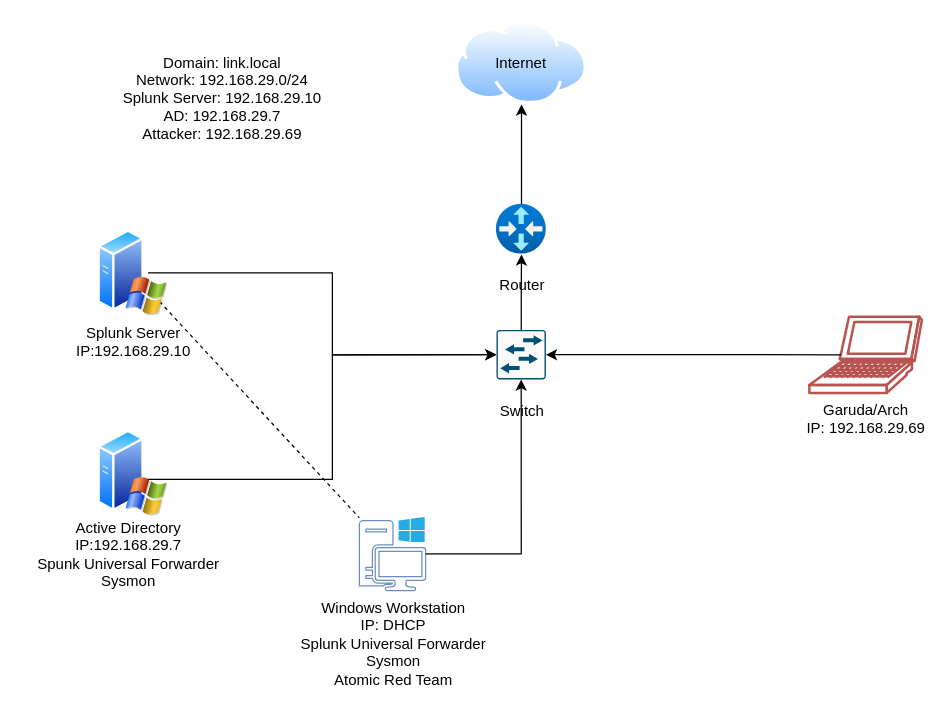
The draw.io diagram AD.drawio in uhtred-X/Visuals, before the edit. Source tidied: cells renumbered, new cells numbered last; positions are measured from the earlier drawing's top-left corner, leaving out a move shared by most shapes. Both pictures are drawn from the tidied source at 125%, with x=0, y=0 at pixel (21, 21).
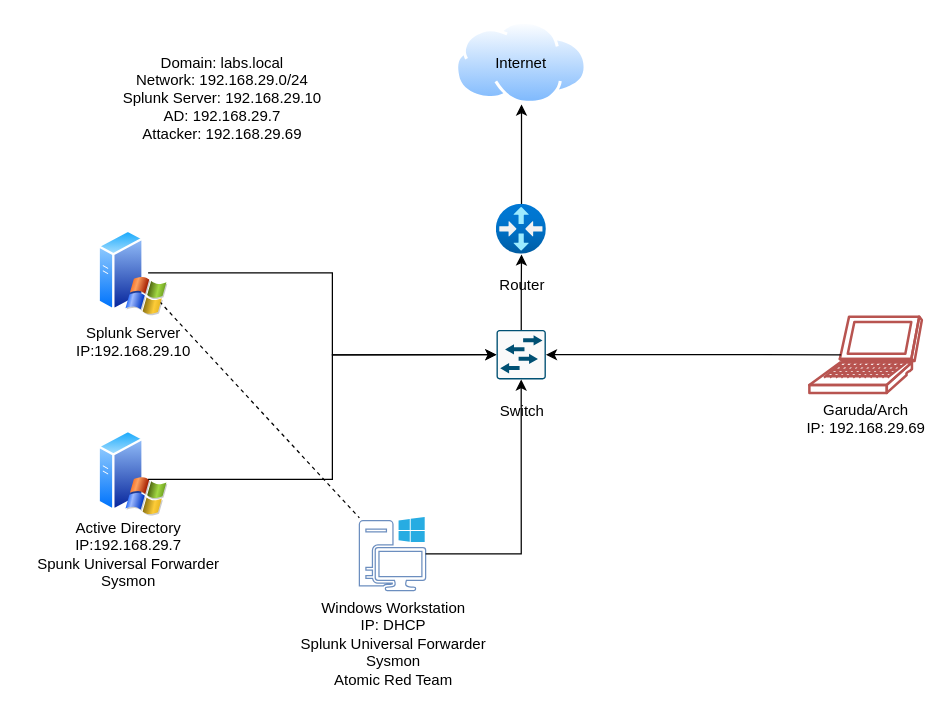
The same diagram, later.

Diff of the diagram source:
```diff
@@
-    <mxCell id="17" value="&lt;div&gt;Domain: link.local&lt;/div&gt;&lt;div&gt;Network: 192.168.29.0/24&lt;/div&gt;&lt;div&gt;Splunk Server: 192.168.29.10&lt;/div&gt;&lt;div&gt;AD: 192.168.29.7&lt;/div&gt;&lt;div&gt;Attacker: 192.168.29.69&lt;br&gt;&lt;/div&gt;" style="text;html=1;align=center;verticalAlign=middle;strokeColor=none;fillColor=none;" parent="1" vertex="1">
+    <mxCell id="17" value="&lt;div&gt;Domain: labs.local&lt;/div&gt;&lt;div&gt;Network: 192.168.29.0/24&lt;/div&gt;&lt;div&gt;Splunk Server: 192.168.29.10&lt;/div&gt;&lt;div&gt;AD: 192.168.29.7&lt;/div&gt;&lt;div&gt;Attacker: 192.168.29.69&lt;br&gt;&lt;/div&gt;" style="text;html=1;align=center;verticalAlign=middle;strokeColor=none;fillColor=none;" parent="1" vertex="1">
       <mxGeometry x="70" y="16" width="180" height="90" as="geometry" />
     </mxCell>
```
